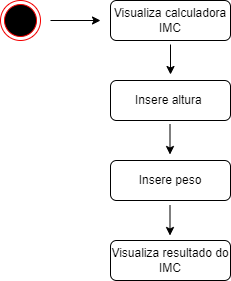
Before: NutriKids/Diagramas/Diagrama_Atividade_IMC.png, a diagram exported from draw.io (mvitoriasuz/FATEC_PI_NutriKids). Source tidied: cells renumbered, new cells last; positions are measured from the earlier drawing's top-left corner, leaving out a move shared by most shapes.
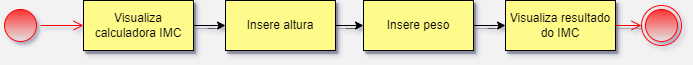
After the commit.

Commit message:
Diagramas de Caso de Uso, Atividade e Contexto

Diff of the diagram source:
```diff
@@ -1,45 +1,39 @@
-<mxGraphModel>
+<mxGraphModel background="#F2F2F2" shadow="1">
   <root>
     <mxCell id="0" />
     <mxCell id="1" parent="0" />
-    <mxCell id="2" style="ellipse;html=1;shape=endState;fillColor=#000000;strokeColor=#f50000;" parent="1" vertex="1">
-      <mxGeometry width="40" height="40" as="geometry" />
-    </mxCell>
+    <mxCell id="11" style="edgeStyle=orthogonalEdgeStyle;html=1;verticalAlign=bottom;endArrow=open;endSize=8;strokeColor=#ff0000;rounded=0;entryX=0;entryY=0.5;entryDx=0;entryDy=0;exitX=1;exitY=0.5;exitDx=0;exitDy=0;" parent="1" edge="1" source="15" target="3">
+      <mxGeometry relative="1" as="geometry" />
+    </mxCell>
+    <mxCell id="12" style="edgeStyle=orthogonalEdgeStyle;rounded=0;jettySize=auto;html=1;strokeColor=#000000;fillColor=#ffe6cc;shadow=1;" parent="1" edge="1" source="3" target="4">
+      <mxGeometry relative="1" as="geometry" />
+    </mxCell>
-    <mxCell id="3" value="Visualiza calculadora IMC" style="rounded=1;whiteSpace=wrap;html=1;" parent="1" vertex="1">
-      <mxGeometry x="110" width="120" height="40" as="geometry" />
+    <mxCell id="3" value="Visualiza calculadora IMC" style="html=1;whiteSpace=wrap;fillColor=#FFFB8A;strokeColor=#000000;shadow=1;" parent="1" vertex="1">
+      <mxGeometry x="72" y="-445" width="110" height="50" as="geometry" />
     </mxCell>
+    <mxCell id="13" style="edgeStyle=orthogonalEdgeStyle;rounded=0;jettySize=auto;html=1;strokeColor=#000000;fillColor=#ffe6cc;shadow=1;" parent="1" edge="1" source="4" target="5">
+      <mxGeometry relative="1" as="geometry" />
+    </mxCell>
-    <mxCell id="4" value="Insere altura&amp;nbsp;" style="rounded=1;whiteSpace=wrap;html=1;" parent="1" vertex="1">
-      <mxGeometry x="110" y="80" width="120" height="40" as="geometry" />
+    <mxCell id="4" value="Insere altura" style="html=1;whiteSpace=wrap;strokeColor=#000000;fillColor=#FFFB8A;shadow=1;" parent="1" vertex="1">
+      <mxGeometry x="214" y="-445" width="110" height="50" as="geometry" />
     </mxCell>
+    <mxCell id="14" style="edgeStyle=orthogonalEdgeStyle;rounded=0;jettySize=auto;html=1;strokeColor=#000000;fillColor=#ffe6cc;shadow=1;" parent="1" edge="1" source="5" target="6">
+      <mxGeometry relative="1" as="geometry" />
+    </mxCell>
-    <mxCell id="5" value="Insere peso" style="rounded=1;whiteSpace=wrap;html=1;" parent="1" vertex="1">
-      <mxGeometry x="110" y="160" width="120" height="40" as="geometry" />
+    <mxCell id="5" value="Insere peso&lt;br&gt;" style="html=1;whiteSpace=wrap;strokeColor=#000000;fillColor=#FFFB8A;shadow=1;" parent="1" vertex="1">
+      <mxGeometry x="352" y="-445" width="110" height="50" as="geometry" />
     </mxCell>
-    <mxCell id="6" value="Visualiza resultado do IMC" style="rounded=1;whiteSpace=wrap;html=1;" parent="1" vertex="1">
-      <mxGeometry x="110" y="240" width="120" height="40" as="geometry" />
+    <mxCell id="6" value="Visualiza resultado do IMC" style="html=1;whiteSpace=wrap;fillColor=#FFFB8A;shadow=1;" parent="1" vertex="1">
+      <mxGeometry x="494" y="-445" width="110" height="50" as="geometry" />
     </mxCell>
-    <mxCell id="7" style="endArrow=classic;html=1;rounded=0;" parent="1" edge="1">
-      <mxGeometry relative="1" as="geometry">
-        <mxPoint x="50" y="20" as="sourcePoint" />
-        <mxPoint x="100" y="20" as="targetPoint" />
-      </mxGeometry>
-    </mxCell>
-    <mxCell id="8" style="endArrow=classic;html=1;rounded=0;exitX=0.5;exitY=1;exitDx=0;exitDy=0;" parent="1" edge="1">
-      <mxGeometry relative="1" as="geometry">
-        <mxPoint x="170" y="44" as="sourcePoint" />
-        <mxPoint x="170" y="74" as="targetPoint" />
-      </mxGeometry>
-    </mxCell>
-    <mxCell id="9" style="endArrow=classic;html=1;rounded=0;exitX=0.5;exitY=1;exitDx=0;exitDy=0;" parent="1" edge="1">
-      <mxGeometry relative="1" as="geometry">
-        <mxPoint x="169.5" y="124" as="sourcePoint" />
-        <mxPoint x="169.5" y="154" as="targetPoint" />
-      </mxGeometry>
-    </mxCell>
-    <mxCell id="10" style="endArrow=classic;html=1;rounded=0;exitX=0.5;exitY=1;exitDx=0;exitDy=0;" parent="1" edge="1">
-      <mxGeometry relative="1" as="geometry">
-        <mxPoint x="169.5" y="205" as="sourcePoint" />
-        <mxPoint x="169.5" y="235" as="targetPoint" />
-      </mxGeometry>
-    </mxCell>
+    <mxCell id="15" style="ellipse;html=1;shape=startState;fillColor=#FF3333;strokeColor=#ff0000;gradientColor=#E3E3E3;shadow=0;" parent="1" vertex="1">
+      <mxGeometry x="-11" y="-440" width="40" height="40" as="geometry" />
+    </mxCell>
+    <mxCell id="16" style="ellipse;html=1;shape=endState;fillColor=#FF3333;strokeColor=#ff0000;gradientColor=#E3E3E3;shadow=0;" parent="1" vertex="1">
+      <mxGeometry x="630" y="-440" width="40" height="40" as="geometry" />
+    </mxCell>
+    <mxCell id="17" style="edgeStyle=orthogonalEdgeStyle;html=1;verticalAlign=bottom;endArrow=open;endSize=8;strokeColor=#ff0000;rounded=0;entryX=0;entryY=0.5;entryDx=0;entryDy=0;exitX=1;exitY=0.5;exitDx=0;exitDy=0;shadow=1;" parent="1" edge="1" source="6" target="16">
+      <mxGeometry relative="1" as="geometry" />
+    </mxCell>
   </root>
 </mxGraphModel>
```
